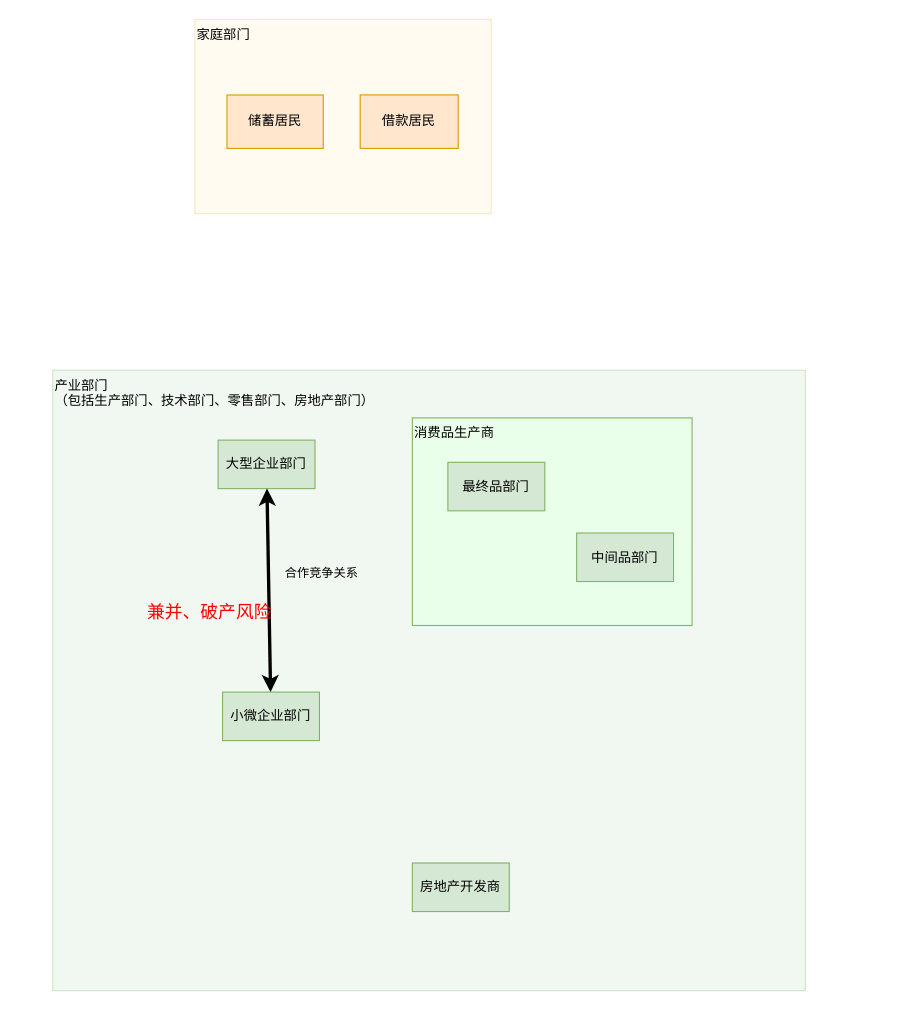
This is page "产业部门" (8 of 10) of Analyse/系统性金融风险研究框架.drawio from ComplexScienceLab/SystemicRiskSimulator, a draw.io file, before an edit. Source tidied: cells renumbered, new cells numbered last; positions are measured from the earlier drawing's top-left corner, leaving out a move shared by most shapes. Both pictures are drawn from the tidied source at 111%, with x=0, y=0 at pixel (19, 19).
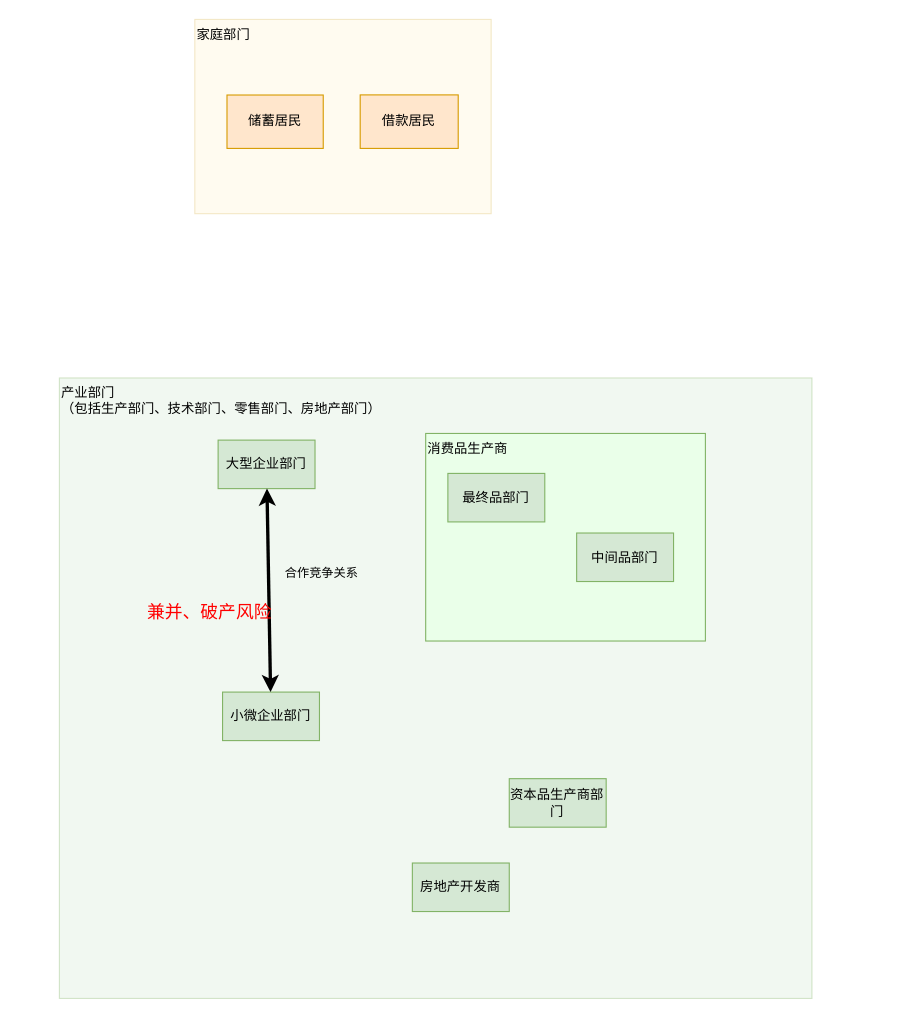
The same diagram, later.

Diff of the diagram source:
```diff
@@
 <mxGraphModel>
   <root>
     <mxCell id="0" />
     <mxCell id="1" parent="0" />
     <mxCell id="2" style="group;fontFamily=Times New Roman;shadow=0;glass=0;sketch=0;rounded=0;absoluteArcSize=0;noLabel=0;labelPadding=0;" parent="1" vertex="1">
       <mxGeometry y="301" width="792" height="581" as="geometry" />
     </mxCell>
     <mxCell id="3" value="产业部门&lt;br&gt;（包括生产部门、技术部门、零售部门、房地产部门）" style="rounded=0;html=1;labelBackgroundColor=none;align=left;fillColor=#d5e8d4;strokeColor=#82b366;opacity=33;verticalAlign=top;whiteSpace=wrap;fontFamily=Times New Roman;backgroundOutline=0;" parent="2" vertex="1">
-      <mxGeometry x="30" y="15" width="678" height="559" as="geometry" />
+      <mxGeometry x="36" y="22" width="678" height="559" as="geometry" />
     </mxCell>
     <mxCell id="4" value="大型企业部门" style="whiteSpace=wrap;html=1;fillColor=#d5e8d4;strokeColor=#82b366;fontFamily=Times New Roman;" parent="2" vertex="1">
       <mxGeometry x="179" y="78" width="87.3" height="43.7" as="geometry" />
     </mxCell>
     <mxCell id="5" value="小微企业部门" style="whiteSpace=wrap;html=1;fillColor=#d5e8d4;strokeColor=#82b366;fontFamily=Times New Roman;" parent="2" vertex="1">
       <mxGeometry x="183" y="305" width="87.3" height="43.7" as="geometry" />
     </mxCell>
     <mxCell id="6" style="edgeStyle=none;curved=1;jettySize=auto;html=1;startArrow=classic;startFill=1;strokeWidth=3;fontFamily=Times New Roman;" parent="2" edge="1" source="4" target="5">
       <mxGeometry y="-21" as="geometry" />
     </mxCell>
     <mxCell id="7" value="合作竞争关系" style="edgeLabel;html=1;align=center;verticalAlign=middle;labelBackgroundColor=none;fontFamily=Times New Roman;" parent="6" vertex="1">
       <mxGeometry x="-0.16" y="1" relative="1" as="geometry">
         <mxPoint x="45.9" y="-0.9" as="offset" />
       </mxGeometry>
     </mxCell>
     <mxCell id="8" value="兼并、破产风险" style="edgeLabel;html=1;align=center;verticalAlign=middle;fontSize=16;fontColor=#FF0000;labelBackgroundColor=none;fontFamily=Times New Roman;" parent="6" vertex="1">
       <mxGeometry y="-5" relative="1" as="geometry">
         <mxPoint x="-49.4" y="18.8" as="offset" />
       </mxGeometry>
     </mxCell>
     <mxCell id="9" value="房地产开发商" style="whiteSpace=wrap;html=1;fillColor=#d5e8d4;strokeColor=#82b366;fontFamily=Times New Roman;" parent="2" vertex="1">
       <mxGeometry x="354" y="459" width="87.3" height="43.7" as="geometry" />
     </mxCell>
     <mxCell id="10" value="消费品生产商" style="whiteSpace=wrap;html=1;strokeColor=#82b366;fontFamily=Times New Roman;align=left;verticalAlign=top;fillColor=#EAFFE9;" parent="2" vertex="1">
-      <mxGeometry x="354" y="58" width="252" height="187" as="geometry" />
+      <mxGeometry x="366" y="72" width="252" height="187" as="geometry" />
     </mxCell>
     <mxCell id="11" value="最终品部门" style="whiteSpace=wrap;html=1;fillColor=#d5e8d4;strokeColor=#82b366;fontFamily=Times New Roman;" parent="2" vertex="1">
-      <mxGeometry x="386" y="98" width="87.3" height="43.7" as="geometry" />
+      <mxGeometry x="386" y="108" width="87.3" height="43.7" as="geometry" />
     </mxCell>
     <mxCell id="12" value="中间品部门" style="whiteSpace=wrap;html=1;fillColor=#d5e8d4;strokeColor=#82b366;fontFamily=Times New Roman;" parent="2" vertex="1">
       <mxGeometry x="502" y="161.7" width="87.3" height="43.7" as="geometry" />
     </mxCell>
+    <mxCell id="17" value="资本品生产商部门" style="whiteSpace=wrap;html=1;fillColor=#d5e8d4;strokeColor=#82b366;fontFamily=Times New Roman;" parent="2" vertex="1">
+      <mxGeometry x="441.3" y="383" width="87.3" height="43.7" as="geometry" />
+    </mxCell>
     <mxCell id="13" style="group;fontFamily=Times New Roman;" parent="1" vertex="1">
       <mxGeometry x="158" width="267" height="177" as="geometry" />
     </mxCell>
     <mxCell id="14" value="家庭部门" style="whiteSpace=wrap;html=1;fillColor=#fff2cc;strokeColor=#d6b656;align=left;verticalAlign=top;opacity=30;fontFamily=Times New Roman;" parent="13" vertex="1">
       <mxGeometry width="267" height="175" as="geometry" />
     </mxCell>
     <mxCell id="15" value="储蓄居民" style="whiteSpace=wrap;html=1;fillColor=#ffe6cc;strokeColor=#d79b00;fontFamily=Times New Roman;" parent="13" vertex="1">
       <mxGeometry x="29" y="68.1" width="86.7" height="48.1" as="geometry" />
     </mxCell>
     <mxCell id="16" value="借款居民" style="whiteSpace=wrap;html=1;fillColor=#ffe6cc;strokeColor=#d79b00;fontFamily=Times New Roman;" parent="13" vertex="1">
       <mxGeometry x="149" y="68" width="88.3" height="48.2" as="geometry" />
     </mxCell>
   </root>
 </mxGraphModel>
```
